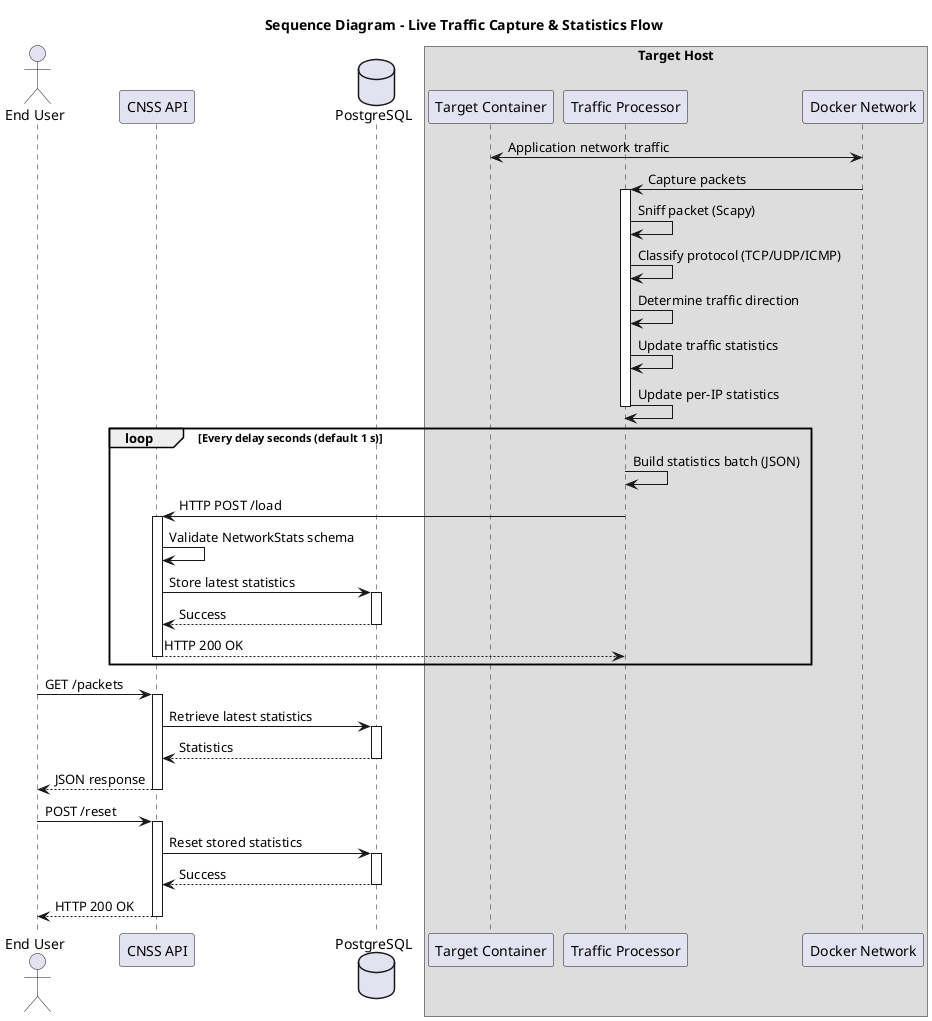
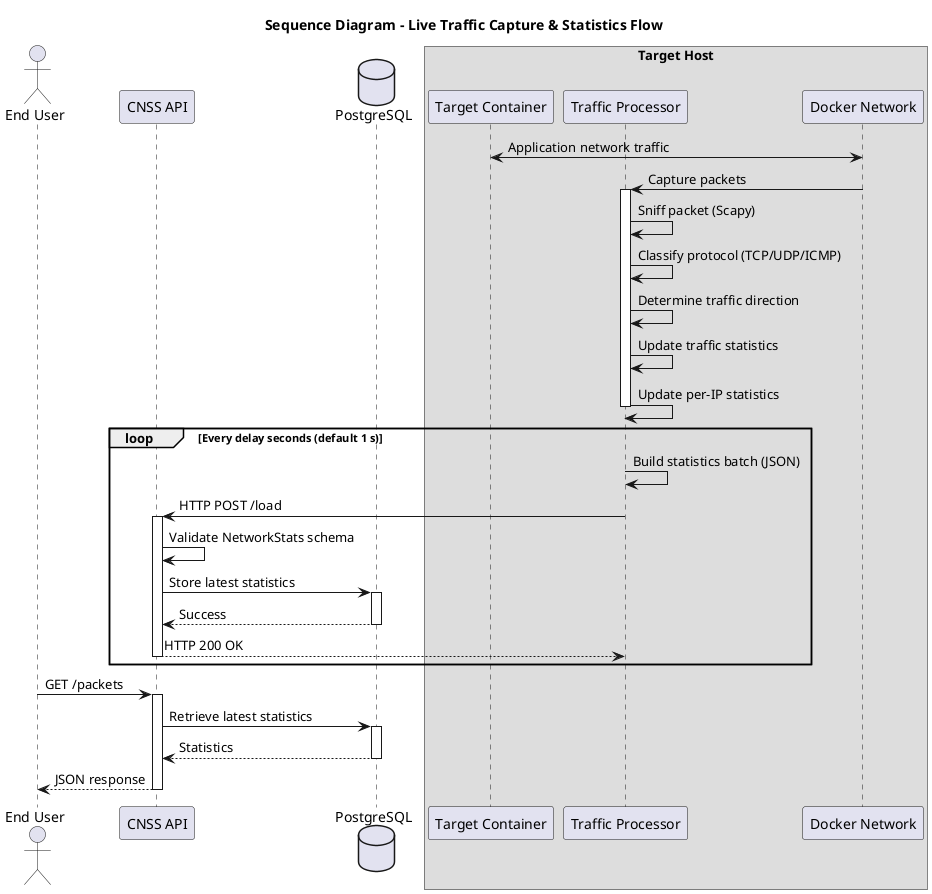
@startuml
' Dynamic View – Live Traffic Capture & Statistics Flow

title Sequence Diagram – Live Traffic Capture & Statistics Flow

actor "End User" as user
participant "CNSS API" as api
database "PostgreSQL" as db

box "Target Host"
participant "Target Container" as target
participant "Traffic Processor" as tp
participant "Docker Network" as net
end box

target <-> net: Application network traffic

net -> tp: Capture packets
activate tp

tp -> tp: Sniff packet (Scapy)
tp -> tp: Classify protocol (TCP/UDP/ICMP)
tp -> tp: Determine traffic direction
tp -> tp: Update traffic statistics
tp -> tp: Update per-IP statistics

deactivate tp

loop Every delay seconds (default 1 s)

    tp -> tp: Build statistics batch (JSON)

    tp -> api: HTTP POST /load
    activate api

    api -> api: Validate NetworkStats schema

    api -> db: Store latest statistics
    activate db
    db --> api: Success
    deactivate db

    api --> tp: HTTP 200 OK
    deactivate api

end

user -> api: GET /packets
activate api

api -> db: Retrieve latest statistics
activate db
db --> api: Statistics
deactivate db

api --> user: JSON response
deactivate api

- user -> api: POST /reset
- activate api
- 
- api -> db: Reset stored statistics
- activate db
- db --> api: Success
- deactivate db
- 
- api --> user: HTTP 200 OK
- deactivate api
- 
@enduml
